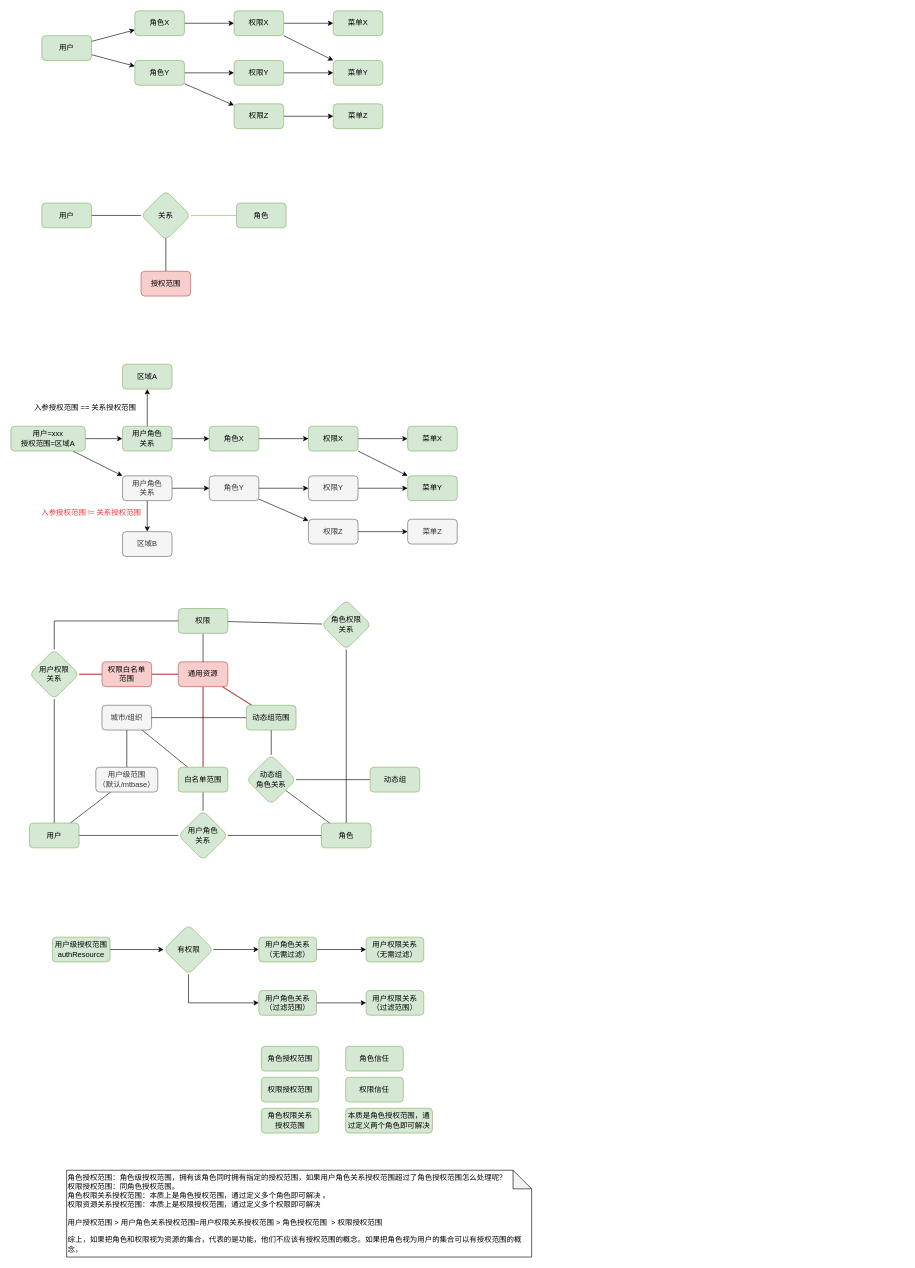
Earlier version of the draw.io diagram 多租户权限管理.drawio (yamilinqh/spicedb). Source tidied: cells renumbered, new cells numbered last; positions are measured from the earlier drawing's top-left corner, leaving out a move shared by most shapes. Both pictures are drawn from the tidied source at 62%, with x=0, y=0 at pixel (11, 11).
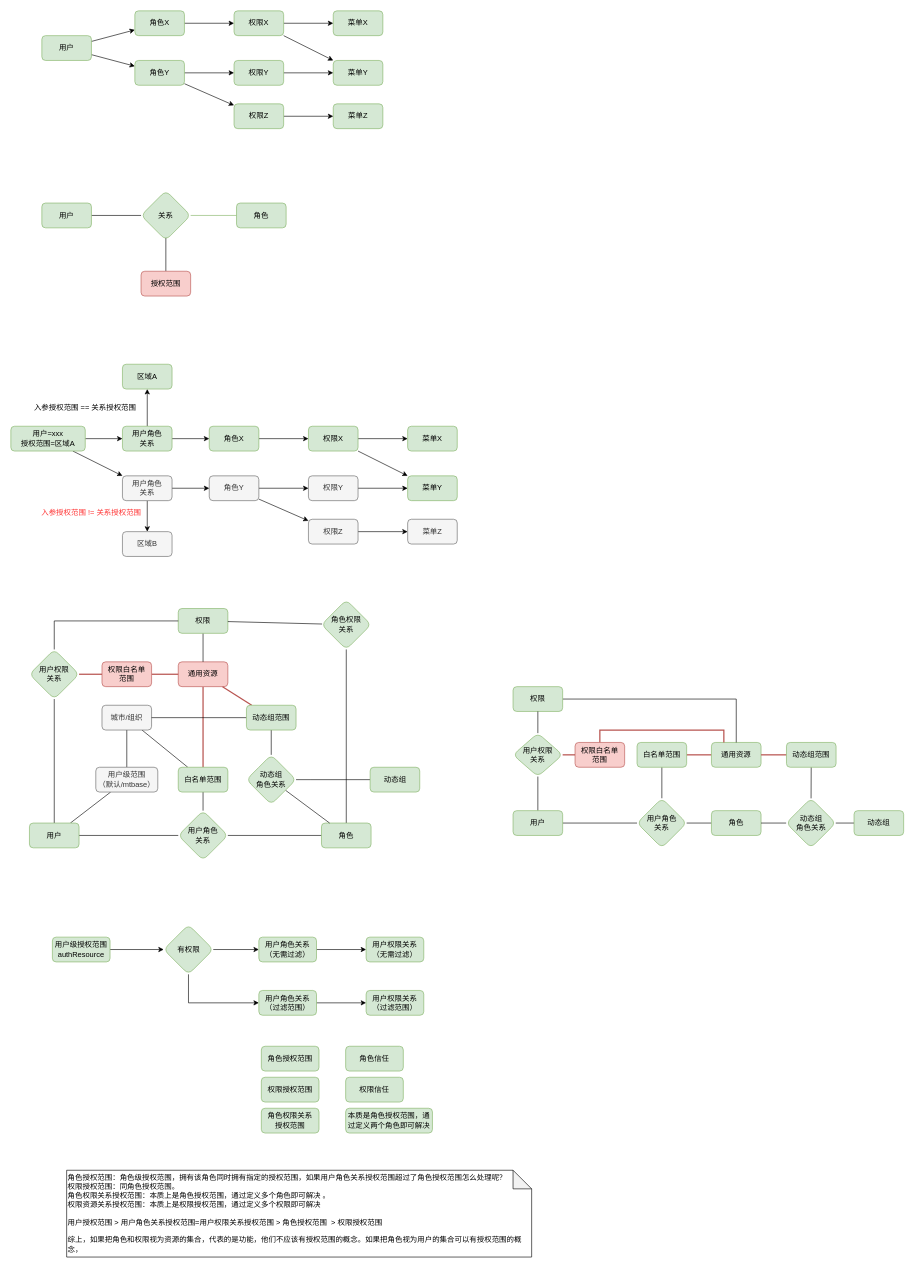
Above is the later version.

Commit message:
Update 多租户权限管理.drawio

Change to the diagram source:
```diff
@@
+    <mxCell id="106" style="edgeStyle=orthogonalEdgeStyle;rounded=0;jettySize=auto;html=1;endArrow=none;endFill=0;strokeColor=#000000;fillColor=#d5e8d4;" parent="1" edge="1" source="108" target="112">
+      <mxGeometry relative="1" as="geometry" />
+    </mxCell>
+    <mxCell id="107" style="shape=connector;rounded=0;jettySize=auto;html=1;labelBackgroundColor=default;strokeColor=#000000;align=center;verticalAlign=middle;fontFamily=Helvetica;fontSize=11;fontColor=default;endArrow=none;endFill=0;fillColor=#d5e8d4;" parent="1" edge="1" source="108" target="118">
+      <mxGeometry relative="1" as="geometry" />
+    </mxCell>
+    <mxCell id="108" value="用户" style="rounded=1;whiteSpace=wrap;html=1;fillColor=#d5e8d4;strokeColor=#82b366;" parent="1" vertex="1">
+      <mxGeometry x="810" y="1290" width="80" height="40" as="geometry" />
+    </mxCell>
+    <mxCell id="109" style="edgeStyle=none;rounded=0;jettySize=auto;html=1;endArrow=none;endFill=0;fillColor=#d5e8d4;strokeColor=#000000;" parent="1" edge="1" source="112" target="110">
+      <mxGeometry relative="1" as="geometry" />
+    </mxCell>
+    <mxCell id="110" value="角色" style="rounded=1;whiteSpace=wrap;html=1;fillColor=#d5e8d4;strokeColor=#82b366;" parent="1" vertex="1">
+      <mxGeometry x="1130" y="1290" width="80" height="40" as="geometry" />
+    </mxCell>
+    <mxCell id="111" style="shape=connector;rounded=0;jettySize=auto;html=1;labelBackgroundColor=default;strokeColor=#b85450;align=center;verticalAlign=middle;fontFamily=Helvetica;fontSize=11;fontColor=default;endArrow=none;endFill=0;fillColor=#f8cecc;strokeWidth=2;" parent="1" edge="1" source="120" target="113">
+      <mxGeometry relative="1" as="geometry" />
+    </mxCell>
+    <mxCell id="112" value="用户角色&lt;br&gt;关系" style="rhombus;whiteSpace=wrap;html=1;fillColor=#d5e8d4;strokeColor=#82b366;rounded=1;" parent="1" vertex="1">
+      <mxGeometry x="1010" y="1270" width="80" height="80" as="geometry" />
+    </mxCell>
+    <mxCell id="113" value="通用资源" style="rounded=1;whiteSpace=wrap;html=1;fillColor=#d5e8d4;strokeColor=#82b366;" parent="1" vertex="1">
+      <mxGeometry x="1130" y="1180" width="80" height="40" as="geometry" />
+    </mxCell>
+    <mxCell id="114" style="edgeStyle=orthogonalEdgeStyle;shape=connector;rounded=0;jettySize=auto;html=1;labelBackgroundColor=default;strokeColor=default;align=center;verticalAlign=middle;fontFamily=Helvetica;fontSize=11;fontColor=default;endArrow=none;endFill=0;" parent="1" edge="1" source="115" target="113">
+      <mxGeometry relative="1" as="geometry" />
+    </mxCell>
+    <mxCell id="115" value="权限" style="rounded=1;whiteSpace=wrap;html=1;fillColor=#d5e8d4;strokeColor=#82b366;" parent="1" vertex="1">
+      <mxGeometry x="810" y="1090" width="80" height="40" as="geometry" />
+    </mxCell>
+    <mxCell id="116" style="shape=connector;rounded=0;jettySize=auto;html=1;labelBackgroundColor=default;strokeColor=#000000;align=center;verticalAlign=middle;fontFamily=Helvetica;fontSize=11;fontColor=default;endArrow=none;endFill=0;fillColor=#d5e8d4;" parent="1" edge="1" source="118" target="115">
+      <mxGeometry relative="1" as="geometry" />
+    </mxCell>
+    <mxCell id="117" style="edgeStyle=none;shape=connector;rounded=0;jettySize=auto;html=1;labelBackgroundColor=default;strokeColor=#b85450;align=center;verticalAlign=middle;fontFamily=Helvetica;fontSize=11;fontColor=default;endArrow=none;endFill=0;fillColor=#f8cecc;exitX=1;exitY=0.5;exitDx=0;exitDy=0;strokeWidth=2;" parent="1" edge="1" source="118" target="124">
+      <mxGeometry relative="1" as="geometry" />
+    </mxCell>
+    <mxCell id="118" value="用户权限&lt;br&gt;关系" style="rhombus;whiteSpace=wrap;html=1;fillColor=#d5e8d4;strokeColor=#82b366;rounded=1;" parent="1" vertex="1">
+      <mxGeometry x="810" y="1165" width="80" height="70" as="geometry" />
+    </mxCell>
+    <mxCell id="119" style="edgeStyle=none;shape=connector;rounded=0;jettySize=auto;html=1;labelBackgroundColor=default;strokeColor=#000000;align=center;verticalAlign=middle;fontFamily=Helvetica;fontSize=11;fontColor=default;endArrow=none;endFill=0;fillColor=#d5e8d4;" parent="1" edge="1" source="120" target="112">
+      <mxGeometry relative="1" as="geometry" />
+    </mxCell>
+    <mxCell id="120" value="白名单范围" style="rounded=1;whiteSpace=wrap;html=1;fillColor=#d5e8d4;strokeColor=#82b366;" parent="1" vertex="1">
+      <mxGeometry x="1010" y="1180" width="80" height="40" as="geometry" />
+    </mxCell>
+    <mxCell id="121" style="shape=connector;rounded=0;jettySize=auto;html=1;labelBackgroundColor=default;strokeColor=#b85450;align=center;verticalAlign=middle;fontFamily=Helvetica;fontSize=11;fontColor=default;endArrow=none;endFill=0;fillColor=#f8cecc;strokeWidth=2;" parent="1" edge="1" source="126" target="113">
+      <mxGeometry relative="1" as="geometry" />
+    </mxCell>
+    <mxCell id="122" style="edgeStyle=none;shape=connector;rounded=0;jettySize=auto;html=1;labelBackgroundColor=default;strokeColor=#000000;align=center;verticalAlign=middle;fontFamily=Helvetica;fontSize=11;fontColor=default;endArrow=none;endFill=0;fillColor=#d5e8d4;" parent="1" edge="1" source="128" target="110">
+      <mxGeometry relative="1" as="geometry" />
+    </mxCell>
+    <mxCell id="123" style="edgeStyle=orthogonalEdgeStyle;shape=connector;rounded=0;jettySize=auto;html=1;labelBackgroundColor=default;strokeColor=#b85450;align=center;verticalAlign=middle;fontFamily=Helvetica;fontSize=11;fontColor=default;endArrow=none;endFill=0;fillColor=#f8cecc;strokeWidth=2;" parent="1" edge="1" source="124" target="113">
+      <mxGeometry relative="1" as="geometry">
+        <Array as="points">
+          <mxPoint x="950" y="1160" />
+          <mxPoint x="1150" y="1160" />
+        </Array>
+      </mxGeometry>
+    </mxCell>
+    <mxCell id="124" value="权限白名单&lt;br&gt;范围" style="rounded=1;whiteSpace=wrap;html=1;fillColor=#f8cecc;strokeColor=#b85450;" parent="1" vertex="1">
+      <mxGeometry x="910" y="1180" width="80" height="40" as="geometry" />
+    </mxCell>
+    <mxCell id="125" style="shape=connector;rounded=0;jettySize=auto;html=1;labelBackgroundColor=default;strokeColor=default;align=center;verticalAlign=middle;fontFamily=Helvetica;fontSize=11;fontColor=default;endArrow=none;endFill=0;" parent="1" edge="1" source="126" target="128">
+      <mxGeometry relative="1" as="geometry" />
+    </mxCell>
+    <mxCell id="126" value="动态组范围" style="rounded=1;whiteSpace=wrap;html=1;fillColor=#d5e8d4;strokeColor=#82b366;" parent="1" vertex="1">
+      <mxGeometry x="1251" y="1180" width="80" height="40" as="geometry" />
+    </mxCell>
+    <mxCell id="127" style="shape=connector;rounded=0;jettySize=auto;html=1;labelBackgroundColor=default;strokeColor=default;align=center;verticalAlign=middle;fontFamily=Helvetica;fontSize=11;fontColor=default;endArrow=none;endFill=0;" parent="1" edge="1" source="128" target="129">
+      <mxGeometry relative="1" as="geometry" />
+    </mxCell>
+    <mxCell id="128" value="动态组&lt;br&gt;角色关系" style="rhombus;whiteSpace=wrap;html=1;fillColor=#d5e8d4;strokeColor=#82b366;rounded=1;" parent="1" vertex="1">
+      <mxGeometry x="1250.5" y="1270" width="80" height="80" as="geometry" />
+    </mxCell>
+    <mxCell id="129" value="动态组" style="rounded=1;whiteSpace=wrap;html=1;fillColor=#d5e8d4;strokeColor=#82b366;" parent="1" vertex="1">
+      <mxGeometry x="1360" y="1290" width="80" height="40" as="geometry" />
+    </mxCell>
```
